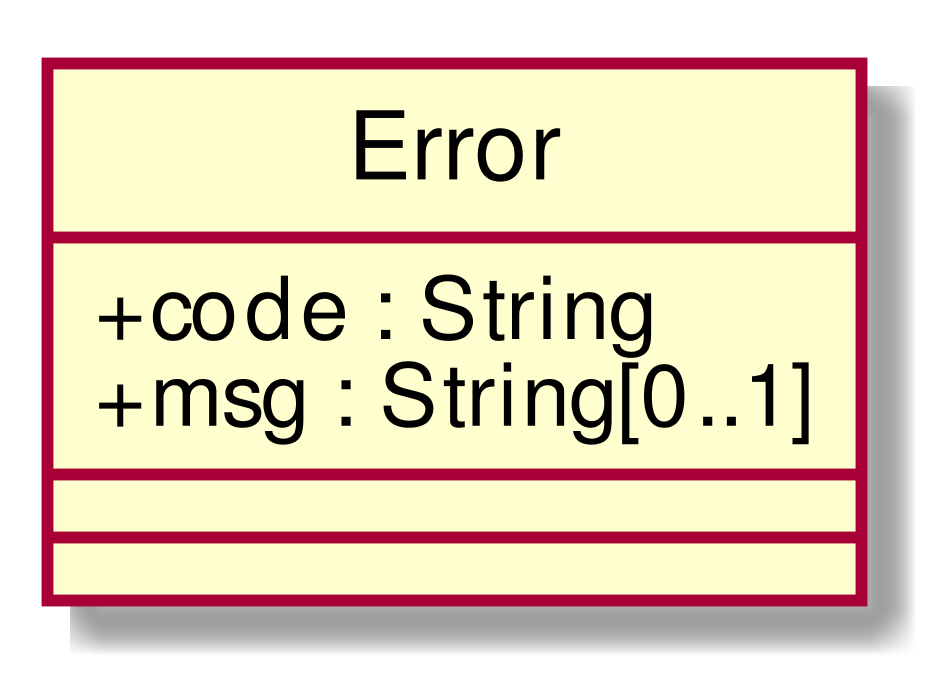
CoCodeSWE/Docs keeps this PlantUML diagram as RP/Esterni/DefinizioneDiProdotto/images/ClassError.png. Above is the earlier version.
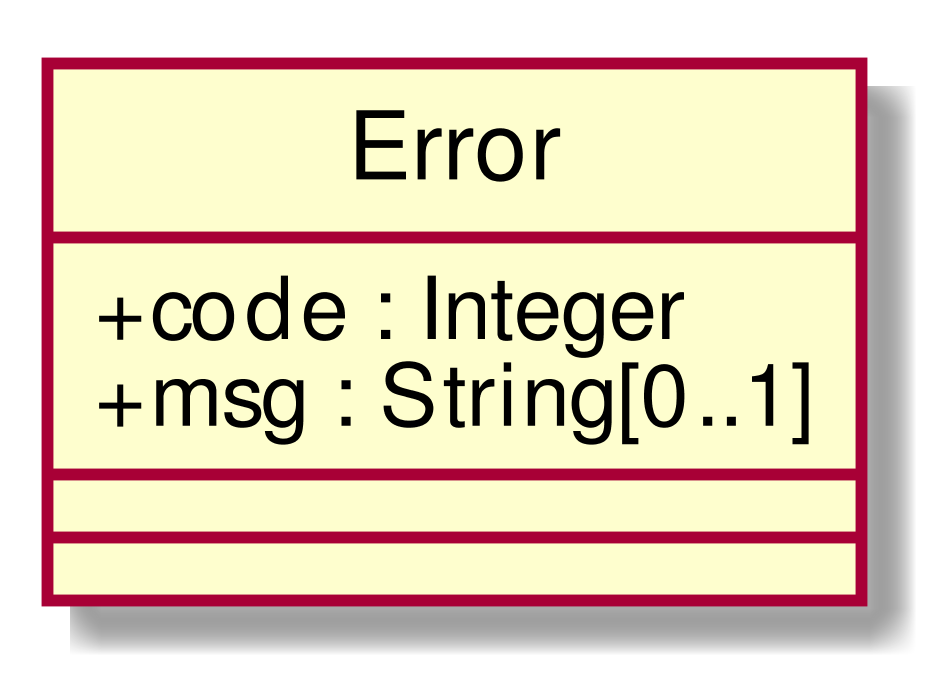
Above is the later version.

The edit, as a diff of the source:
```diff
@@ -2,7 +2,7 @@
 scale 1000*1000
 skinparam classAttributeIconSize 0
 class Error{
-+ code : String
++ code : Integer
 + msg : String[0..1]
 __
 __
```
